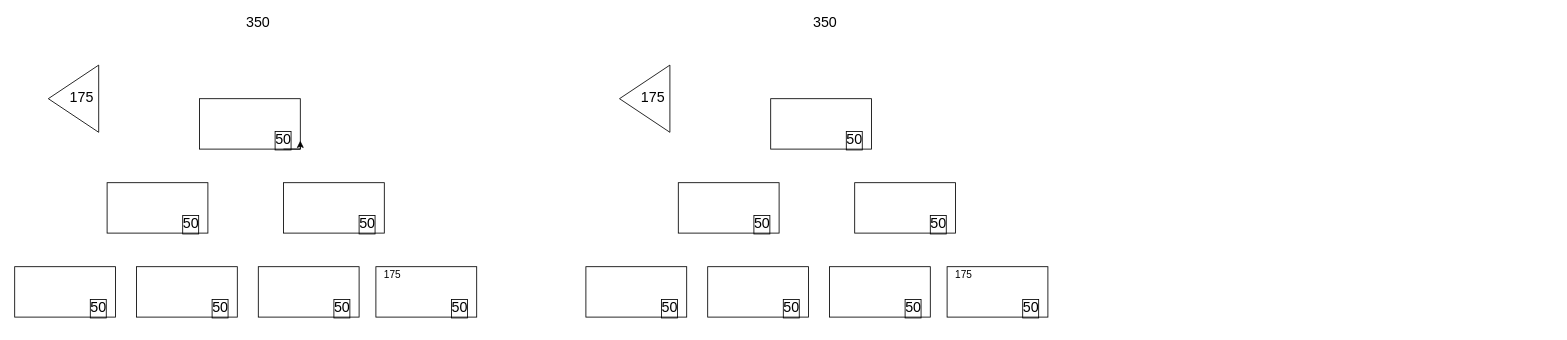
lotnetwork/Spoon-Knife keeps this draw.io diagram as Untitled Diagram.drawio. Above is the earlier version. Source tidied: cells renumbered, new cells numbered last; positions are measured from the earlier drawing's top-left corner, leaving out a move shared by most shapes. Both pictures are drawn from the tidied source at 84%, with x=0, y=0 at pixel (14, 14).
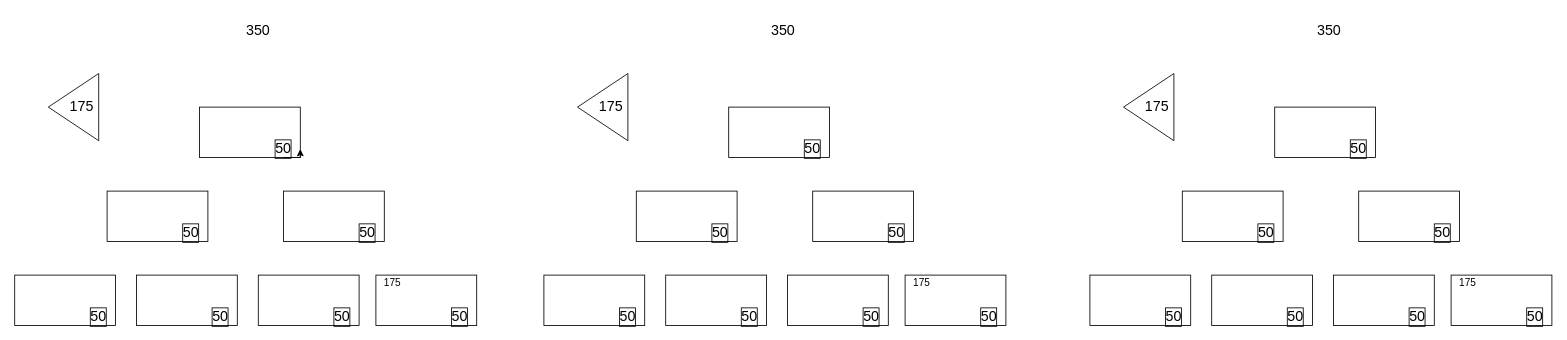
The same diagram, later.

The edit, as a diff of the source:
```diff
@@
     <mxCell id="2" style="rounded=0;whiteSpace=wrap;html=1;" parent="1" vertex="1">
-      <mxGeometry x="220" y="100" width="120" height="60" as="geometry" />
+      <mxGeometry x="220" y="110" width="120" height="60" as="geometry" />
     </mxCell>
     <mxCell id="3" style="rounded=0;whiteSpace=wrap;html=1;" parent="1" vertex="1">
-      <mxGeometry x="110" y="200" width="120" height="60" as="geometry" />
+      <mxGeometry x="110" y="210" width="120" height="60" as="geometry" />
     </mxCell>
     <mxCell id="4" style="rounded=0;whiteSpace=wrap;html=1;" parent="1" vertex="1">
-      <mxGeometry x="320" y="200" width="120" height="60" as="geometry" />
+      <mxGeometry x="320" y="210" width="120" height="60" as="geometry" />
     </mxCell>
     <mxCell id="5" style="rounded=0;whiteSpace=wrap;html=1;" parent="1" vertex="1">
-      <mxGeometry y="300" width="120" height="60" as="geometry" />
+      <mxGeometry y="310" width="120" height="60" as="geometry" />
     </mxCell>
     <mxCell id="6" style="rounded=0;whiteSpace=wrap;html=1;" parent="1" vertex="1">
-      <mxGeometry x="145" y="300" width="120" height="60" as="geometry" />
+      <mxGeometry x="145" y="310" width="120" height="60" as="geometry" />
     </mxCell>
     <mxCell id="7" style="rounded=0;whiteSpace=wrap;html=1;" parent="1" vertex="1">
-      <mxGeometry x="290" y="300" width="120" height="60" as="geometry" />
+      <mxGeometry x="290" y="310" width="120" height="60" as="geometry" />
     </mxCell>
     <mxCell id="8" style="rounded=0;whiteSpace=wrap;html=1;" parent="1" vertex="1">
-      <mxGeometry x="430" y="300" width="120" height="60" as="geometry" />
+      <mxGeometry x="430" y="310" width="120" height="60" as="geometry" />
     </mxCell>
     <mxCell id="9" value="50" style="text;html=1;strokeColor=none;fillColor=none;align=center;verticalAlign=middle;whiteSpace=wrap;rounded=0;labelBorderColor=#000000;fontSize=17;" parent="1" vertex="1">
-      <mxGeometry x="300" y="140" width="40" height="20" as="geometry" />
+      <mxGeometry x="300" y="150" width="40" height="20" as="geometry" />
     </mxCell>
     <mxCell id="10" value="50" style="text;html=1;strokeColor=none;fillColor=none;align=center;verticalAlign=middle;whiteSpace=wrap;rounded=0;labelBorderColor=#000000;fontSize=17;" parent="1" vertex="1">
-      <mxGeometry x="400" y="240" width="40" height="20" as="geometry" />
+      <mxGeometry x="400" y="250" width="40" height="20" as="geometry" />
     </mxCell>
     <mxCell id="11" value="50" style="text;html=1;strokeColor=none;fillColor=none;align=center;verticalAlign=middle;whiteSpace=wrap;rounded=0;labelBorderColor=#000000;fontSize=17;" parent="1" vertex="1">
-      <mxGeometry x="190" y="240" width="40" height="20" as="geometry" />
+      <mxGeometry x="190" y="250" width="40" height="20" as="geometry" />
     </mxCell>
     <mxCell id="12" value="50" style="text;html=1;strokeColor=none;fillColor=none;align=center;verticalAlign=middle;whiteSpace=wrap;rounded=0;labelBorderColor=#000000;fontSize=17;" parent="1" vertex="1">
-      <mxGeometry x="225" y="340" width="40" height="20" as="geometry" />
+      <mxGeometry x="225" y="350" width="40" height="20" as="geometry" />
     </mxCell>
     <mxCell id="13" value="50" style="text;html=1;strokeColor=none;fillColor=none;align=center;verticalAlign=middle;whiteSpace=wrap;rounded=0;labelBorderColor=#000000;fontSize=17;" parent="1" vertex="1">
-      <mxGeometry x="370" y="340" width="40" height="20" as="geometry" />
+      <mxGeometry x="370" y="350" width="40" height="20" as="geometry" />
     </mxCell>
     <mxCell id="14" value="50" style="text;html=1;strokeColor=none;fillColor=none;align=center;verticalAlign=middle;whiteSpace=wrap;rounded=0;labelBorderColor=#000000;fontSize=17;" parent="1" vertex="1">
-      <mxGeometry x="510" y="340" width="40" height="20" as="geometry" />
+      <mxGeometry x="510" y="350" width="40" height="20" as="geometry" />
     </mxCell>
     <mxCell id="15" value="50" style="text;html=1;strokeColor=none;fillColor=none;align=center;verticalAlign=middle;whiteSpace=wrap;rounded=0;labelBorderColor=#000000;fontSize=17;" parent="1" vertex="1">
-      <mxGeometry x="80" y="340" width="40" height="20" as="geometry" />
+      <mxGeometry x="80" y="350" width="40" height="20" as="geometry" />
     </mxCell>
     <mxCell id="16" value="350" style="text;html=1;strokeColor=none;fillColor=none;align=center;verticalAlign=middle;whiteSpace=wrap;rounded=0;fontSize=17;" parent="1" vertex="1">
-      <mxGeometry x="270" width="40" height="20" as="geometry" />
+      <mxGeometry x="270" y="10" width="40" height="20" as="geometry" />
     </mxCell>
     <mxCell id="17" style="triangle;whiteSpace=wrap;html=1;rotation=-180;" parent="1" vertex="1">
-      <mxGeometry x="40" y="60" width="60" height="80" as="geometry" />
+      <mxGeometry x="40" y="70" width="60" height="80" as="geometry" />
     </mxCell>
     <mxCell id="18" value="175" style="text;html=1;strokeColor=none;fillColor=none;align=center;verticalAlign=middle;whiteSpace=wrap;rounded=0;fontSize=17;" parent="1" vertex="1">
-      <mxGeometry x="60" y="90" width="40" height="20" as="geometry" />
+      <mxGeometry x="60" y="100" width="40" height="20" as="geometry" />
     </mxCell>
     <mxCell id="19" value="175" style="text;html=1;strokeColor=none;fillColor=none;align=center;verticalAlign=middle;whiteSpace=wrap;rounded=0;" parent="1" vertex="1">
-      <mxGeometry x="430" y="300" width="40" height="20" as="geometry" />
+      <mxGeometry x="430" y="310" width="40" height="20" as="geometry" />
     </mxCell>
     <mxCell id="20" style="rounded=0;whiteSpace=wrap;html=1;" parent="1" vertex="1">
-      <mxGeometry x="900" y="100" width="120" height="60" as="geometry" />
+      <mxGeometry x="850" y="110" width="120" height="60" as="geometry" />
     </mxCell>
     <mxCell id="21" style="rounded=0;whiteSpace=wrap;html=1;" parent="1" vertex="1">
-      <mxGeometry x="790" y="200" width="120" height="60" as="geometry" />
+      <mxGeometry x="740" y="210" width="120" height="60" as="geometry" />
     </mxCell>
     <mxCell id="22" style="rounded=0;whiteSpace=wrap;html=1;" parent="1" vertex="1">
-      <mxGeometry x="1000" y="200" width="120" height="60" as="geometry" />
+      <mxGeometry x="950" y="210" width="120" height="60" as="geometry" />
     </mxCell>
     <mxCell id="23" style="rounded=0;whiteSpace=wrap;html=1;" parent="1" vertex="1">
-      <mxGeometry x="680" y="300" width="120" height="60" as="geometry" />
+      <mxGeometry x="630" y="310" width="120" height="60" as="geometry" />
     </mxCell>
     <mxCell id="24" style="rounded=0;whiteSpace=wrap;html=1;" parent="1" vertex="1">
-      <mxGeometry x="825" y="300" width="120" height="60" as="geometry" />
+      <mxGeometry x="775" y="310" width="120" height="60" as="geometry" />
     </mxCell>
     <mxCell id="25" style="rounded=0;whiteSpace=wrap;html=1;" parent="1" vertex="1">
-      <mxGeometry x="970" y="300" width="120" height="60" as="geometry" />
+      <mxGeometry x="920" y="310" width="120" height="60" as="geometry" />
     </mxCell>
     <mxCell id="26" style="rounded=0;whiteSpace=wrap;html=1;" parent="1" vertex="1">
-      <mxGeometry x="1110" y="300" width="120" height="60" as="geometry" />
+      <mxGeometry x="1060" y="310" width="120" height="60" as="geometry" />
     </mxCell>
     <mxCell id="27" value="50" style="text;html=1;strokeColor=none;fillColor=none;align=center;verticalAlign=middle;whiteSpace=wrap;rounded=0;labelBorderColor=#000000;fontSize=17;" parent="1" vertex="1">
-      <mxGeometry x="980" y="140" width="40" height="20" as="geometry" />
+      <mxGeometry x="930" y="150" width="40" height="20" as="geometry" />
     </mxCell>
     <mxCell id="28" value="50" style="text;html=1;strokeColor=none;fillColor=none;align=center;verticalAlign=middle;whiteSpace=wrap;rounded=0;labelBorderColor=#000000;fontSize=17;" parent="1" vertex="1">
-      <mxGeometry x="1080" y="240" width="40" height="20" as="geometry" />
+      <mxGeometry x="1030" y="250" width="40" height="20" as="geometry" />
     </mxCell>
     <mxCell id="29" value="50" style="text;html=1;strokeColor=none;fillColor=none;align=center;verticalAlign=middle;whiteSpace=wrap;rounded=0;labelBorderColor=#000000;fontSize=17;" parent="1" vertex="1">
-      <mxGeometry x="870" y="240" width="40" height="20" as="geometry" />
+      <mxGeometry x="820" y="250" width="40" height="20" as="geometry" />
     </mxCell>
     <mxCell id="30" value="50" style="text;html=1;strokeColor=none;fillColor=none;align=center;verticalAlign=middle;whiteSpace=wrap;rounded=0;labelBorderColor=#000000;fontSize=17;" parent="1" vertex="1">
-      <mxGeometry x="905" y="340" width="40" height="20" as="geometry" />
+      <mxGeometry x="855" y="350" width="40" height="20" as="geometry" />
     </mxCell>
     <mxCell id="31" value="50" style="text;html=1;strokeColor=none;fillColor=none;align=center;verticalAlign=middle;whiteSpace=wrap;rounded=0;labelBorderColor=#000000;fontSize=17;" parent="1" vertex="1">
-      <mxGeometry x="1050" y="340" width="40" height="20" as="geometry" />
+      <mxGeometry x="1000" y="350" width="40" height="20" as="geometry" />
     </mxCell>
     <mxCell id="32" value="50" style="text;html=1;strokeColor=none;fillColor=none;align=center;verticalAlign=middle;whiteSpace=wrap;rounded=0;labelBorderColor=#000000;fontSize=17;" parent="1" vertex="1">
-      <mxGeometry x="1190" y="340" width="40" height="20" as="geometry" />
+      <mxGeometry x="1140" y="350" width="40" height="20" as="geometry" />
     </mxCell>
     <mxCell id="33" value="50" style="text;html=1;strokeColor=none;fillColor=none;align=center;verticalAlign=middle;whiteSpace=wrap;rounded=0;labelBorderColor=#000000;fontSize=17;" parent="1" vertex="1">
-      <mxGeometry x="760" y="340" width="40" height="20" as="geometry" />
+      <mxGeometry x="710" y="350" width="40" height="20" as="geometry" />
     </mxCell>
     <mxCell id="34" value="350" style="text;html=1;strokeColor=none;fillColor=none;align=center;verticalAlign=middle;whiteSpace=wrap;rounded=0;fontSize=17;" parent="1" vertex="1">
-      <mxGeometry x="945" width="40" height="20" as="geometry" />
+      <mxGeometry x="895" y="10" width="40" height="20" as="geometry" />
     </mxCell>
     <mxCell id="35" style="triangle;whiteSpace=wrap;html=1;rotation=-180;" parent="1" vertex="1">
-      <mxGeometry x="720" y="60" width="60" height="80" as="geometry" />
+      <mxGeometry x="670" y="70" width="60" height="80" as="geometry" />
     </mxCell>
     <mxCell id="36" value="175" style="text;html=1;strokeColor=none;fillColor=none;align=center;verticalAlign=middle;whiteSpace=wrap;rounded=0;fontSize=17;" parent="1" vertex="1">
-      <mxGeometry x="740" y="90" width="40" height="20" as="geometry" />
+      <mxGeometry x="690" y="100" width="40" height="20" as="geometry" />
     </mxCell>
     <mxCell id="37" value="175" style="text;html=1;strokeColor=none;fillColor=none;align=center;verticalAlign=middle;whiteSpace=wrap;rounded=0;" parent="1" vertex="1">
-      <mxGeometry x="1110" y="300" width="40" height="20" as="geometry" />
+      <mxGeometry x="1060" y="310" width="40" height="20" as="geometry" />
     </mxCell>
@@
+    <mxCell id="39" style="rounded=0;whiteSpace=wrap;html=1;" parent="1" vertex="1">
+      <mxGeometry x="1500" y="110" width="120" height="60" as="geometry" />
+    </mxCell>
+    <mxCell id="40" style="rounded=0;whiteSpace=wrap;html=1;" parent="1" vertex="1">
+      <mxGeometry x="1390" y="210" width="120" height="60" as="geometry" />
+    </mxCell>
+    <mxCell id="41" style="rounded=0;whiteSpace=wrap;html=1;" parent="1" vertex="1">
+      <mxGeometry x="1600" y="210" width="120" height="60" as="geometry" />
+    </mxCell>
+    <mxCell id="42" style="rounded=0;whiteSpace=wrap;html=1;" parent="1" vertex="1">
+      <mxGeometry x="1280" y="310" width="120" height="60" as="geometry" />
+    </mxCell>
+    <mxCell id="43" style="rounded=0;whiteSpace=wrap;html=1;" parent="1" vertex="1">
+      <mxGeometry x="1425" y="310" width="120" height="60" as="geometry" />
+    </mxCell>
+    <mxCell id="44" style="rounded=0;whiteSpace=wrap;html=1;" parent="1" vertex="1">
+      <mxGeometry x="1570" y="310" width="120" height="60" as="geometry" />
+    </mxCell>
+    <mxCell id="45" style="rounded=0;whiteSpace=wrap;html=1;" parent="1" vertex="1">
+      <mxGeometry x="1710" y="310" width="120" height="60" as="geometry" />
+    </mxCell>
+    <mxCell id="46" value="50" style="text;html=1;strokeColor=none;fillColor=none;align=center;verticalAlign=middle;whiteSpace=wrap;rounded=0;labelBorderColor=#000000;fontSize=17;" parent="1" vertex="1">
+      <mxGeometry x="1580" y="150" width="40" height="20" as="geometry" />
+    </mxCell>
+    <mxCell id="47" value="50" style="text;html=1;strokeColor=none;fillColor=none;align=center;verticalAlign=middle;whiteSpace=wrap;rounded=0;labelBorderColor=#000000;fontSize=17;" parent="1" vertex="1">
+      <mxGeometry x="1680" y="250" width="40" height="20" as="geometry" />
+    </mxCell>
+    <mxCell id="48" value="50" style="text;html=1;strokeColor=none;fillColor=none;align=center;verticalAlign=middle;whiteSpace=wrap;rounded=0;labelBorderColor=#000000;fontSize=17;" parent="1" vertex="1">
+      <mxGeometry x="1470" y="250" width="40" height="20" as="geometry" />
+    </mxCell>
+    <mxCell id="49" value="50" style="text;html=1;strokeColor=none;fillColor=none;align=center;verticalAlign=middle;whiteSpace=wrap;rounded=0;labelBorderColor=#000000;fontSize=17;" parent="1" vertex="1">
+      <mxGeometry x="1505" y="350" width="40" height="20" as="geometry" />
+    </mxCell>
+    <mxCell id="50" value="50" style="text;html=1;strokeColor=none;fillColor=none;align=center;verticalAlign=middle;whiteSpace=wrap;rounded=0;labelBorderColor=#000000;fontSize=17;" parent="1" vertex="1">
+      <mxGeometry x="1650" y="350" width="40" height="20" as="geometry" />
+    </mxCell>
+    <mxCell id="51" value="50" style="text;html=1;strokeColor=none;fillColor=none;align=center;verticalAlign=middle;whiteSpace=wrap;rounded=0;labelBorderColor=#000000;fontSize=17;" parent="1" vertex="1">
+      <mxGeometry x="1790" y="350" width="40" height="20" as="geometry" />
+    </mxCell>
+    <mxCell id="52" value="50" style="text;html=1;strokeColor=none;fillColor=none;align=center;verticalAlign=middle;whiteSpace=wrap;rounded=0;labelBorderColor=#000000;fontSize=17;" parent="1" vertex="1">
+      <mxGeometry x="1360" y="350" width="40" height="20" as="geometry" />
+    </mxCell>
+    <mxCell id="53" value="350" style="text;html=1;strokeColor=none;fillColor=none;align=center;verticalAlign=middle;whiteSpace=wrap;rounded=0;fontSize=17;" parent="1" vertex="1">
+      <mxGeometry x="1545" y="10" width="40" height="20" as="geometry" />
+    </mxCell>
+    <mxCell id="54" style="triangle;whiteSpace=wrap;html=1;rotation=-180;" parent="1" vertex="1">
+      <mxGeometry x="1320" y="70" width="60" height="80" as="geometry" />
+    </mxCell>
+    <mxCell id="55" value="175" style="text;html=1;strokeColor=none;fillColor=none;align=center;verticalAlign=middle;whiteSpace=wrap;rounded=0;fontSize=17;" parent="1" vertex="1">
+      <mxGeometry x="1340" y="100" width="40" height="20" as="geometry" />
+    </mxCell>
+    <mxCell id="56" value="175" style="text;html=1;strokeColor=none;fillColor=none;align=center;verticalAlign=middle;whiteSpace=wrap;rounded=0;" parent="1" vertex="1">
+      <mxGeometry x="1710" y="310" width="40" height="20" as="geometry" />
+    </mxCell>
```
